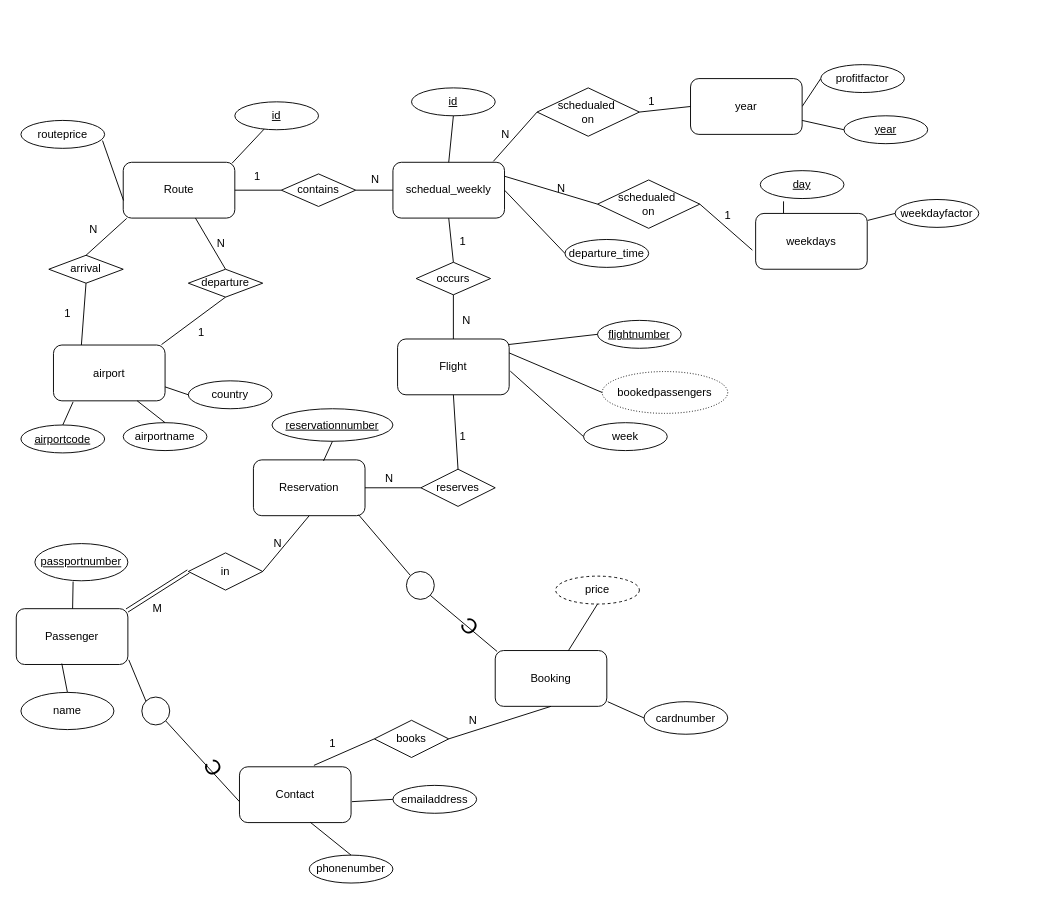
The draw.io diagram lab4/4a_eer.drawio in chrha/tddd37, before the edit. Source tidied: cells renumbered, new cells numbered last; positions are measured from the earlier drawing's top-left corner, leaving out a move shared by most shapes. Both pictures are drawn from the tidied source at 93%, with x=0, y=0 at pixel (16, 64).
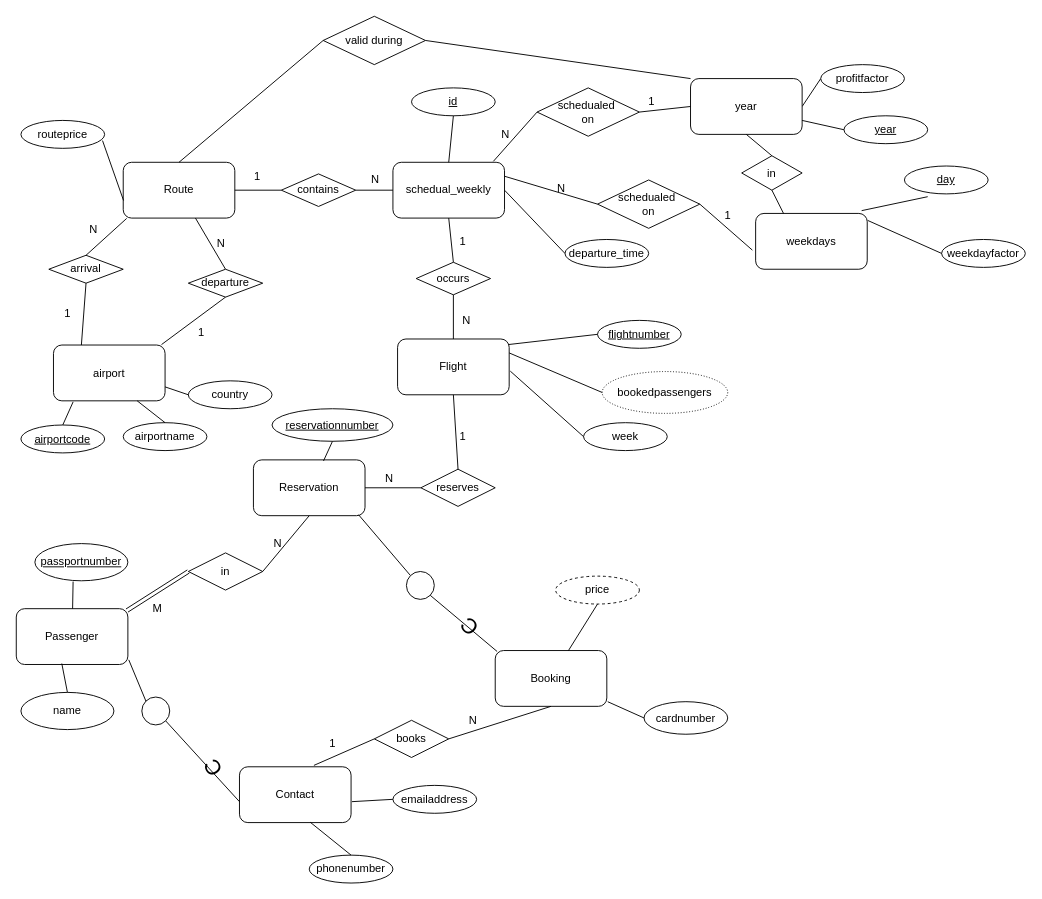
The same page after the edit.

Unchanged cells that the change refers to:
```xml
<mxCell id="2" value="Route" style="rounded=1;whiteSpace=wrap;html=1;" parent="1" vertex="1">
  <mxGeometry x="115" y="105" width="120" height="60" as="geometry" />
</mxCell>
<mxCell id="89" value="weekdays" style="rounded=1;whiteSpace=wrap;html=1;" parent="1" vertex="1">
  <mxGeometry x="795" y="160" width="120" height="60" as="geometry" />
</mxCell>
<mxCell id="98" value="year" style="rounded=1;whiteSpace=wrap;html=1;" parent="1" vertex="1">
  <mxGeometry x="725" y="15" width="120" height="60" as="geometry" />
</mxCell>
```

Change to the diagram source:
```diff
@@
-    <mxCell id="8" value="&lt;u&gt;id&lt;/u&gt;" style="ellipse;whiteSpace=wrap;html=1;" parent="1" vertex="1">
-      <mxGeometry x="235" y="40" width="90" height="30" as="geometry" />
-    </mxCell>
     <mxCell id="9" value="&lt;u&gt;day&lt;/u&gt;" style="ellipse;whiteSpace=wrap;html=1;" parent="1" vertex="1">
-      <mxGeometry x="800" y="114" width="90" height="30" as="geometry" />
+      <mxGeometry x="955" y="109" width="90" height="30" as="geometry" />
     </mxCell>
@@
-    <mxCell id="43" style="endArrow=none;html=1;entryX=0.25;entryY=0;entryDx=0;entryDy=0;exitX=0.278;exitY=1.1;exitDx=0;exitDy=0;exitPerimeter=0;" parent="1" edge="1" source="9" target="89">
+    <mxCell id="43" style="endArrow=none;html=1;entryX=0.95;entryY=-0.05;entryDx=0;entryDy=0;exitX=0.278;exitY=1.1;exitDx=0;exitDy=0;exitPerimeter=0;entryPerimeter=0;" parent="1" edge="1" source="9" target="89">
       <mxGeometry relative="1" as="geometry" />
     </mxCell>
@@
-    <mxCell id="48" style="endArrow=none;html=1;entryX=0.975;entryY=0.017;entryDx=0;entryDy=0;entryPerimeter=0;" parent="1" edge="1" source="8" target="2">
-      <mxGeometry relative="1" as="geometry" />
-    </mxCell>
@@
     <mxCell id="52" value="weekdayfactor" style="ellipse;whiteSpace=wrap;html=1;" parent="1" vertex="1">
-      <mxGeometry x="945" y="145" width="90" height="30" as="geometry" />
+      <mxGeometry x="995" y="188" width="90" height="30" as="geometry" />
     </mxCell>
@@
+    <mxCell id="107" value="in" style="rhombus;whiteSpace=wrap;html=1;" parent="1" vertex="1">
+      <mxGeometry x="780" y="98" width="65" height="37" as="geometry" />
+    </mxCell>
+    <mxCell id="108" style="endArrow=none;html=1;entryX=0.25;entryY=0;entryDx=0;entryDy=0;exitX=0.5;exitY=1;exitDx=0;exitDy=0;" parent="1" edge="1" source="107" target="89">
+      <mxGeometry relative="1" as="geometry" />
+    </mxCell>
+    <mxCell id="109" style="endArrow=none;html=1;entryX=0.5;entryY=0;entryDx=0;entryDy=0;exitX=0.5;exitY=1;exitDx=0;exitDy=0;" parent="1" edge="1" source="98" target="107">
+      <mxGeometry relative="1" as="geometry" />
+    </mxCell>
+    <mxCell id="110" value="valid during" style="rhombus;whiteSpace=wrap;html=1;" parent="1" vertex="1">
+      <mxGeometry x="330" y="-52" width="110" height="52" as="geometry" />
+    </mxCell>
+    <mxCell id="111" style="endArrow=none;html=1;entryX=0.5;entryY=0;entryDx=0;entryDy=0;exitX=0;exitY=0.5;exitDx=0;exitDy=0;" parent="1" edge="1" source="110" target="2">
+      <mxGeometry relative="1" as="geometry" />
+    </mxCell>
+    <mxCell id="112" style="endArrow=none;html=1;exitX=1;exitY=0.5;exitDx=0;exitDy=0;entryX=0;entryY=0;entryDx=0;entryDy=0;entryPerimeter=0;" parent="1" edge="1" source="110" target="98">
+      <mxGeometry relative="1" as="geometry" />
+    </mxCell>
```
